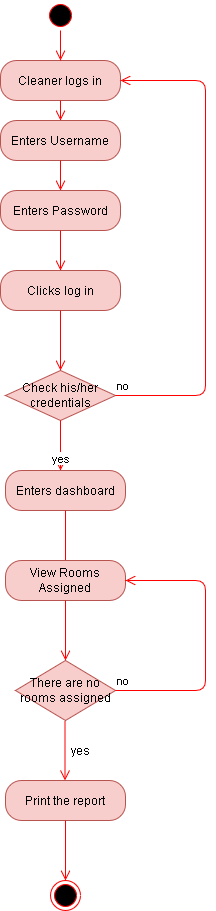
Above: Diagrams/Activity Diagram/cleaner.png in Sonja17/Hotel-Management-System (draw.io), before the change. Source tidied: cells renumbered, new cells last; positions are measured from the earlier drawing's top-left corner, leaving out a move shared by most shapes. Source of this version:
```xml
<mxGraphModel>
  <root>
    <mxCell id="0" />
    <mxCell id="1" parent="0" />
    <mxCell id="2" value="Cleaner logs in" style="rounded=1;whiteSpace=wrap;html=1;arcSize=40;fillColor=#f8cecc;strokeColor=#b85450;" parent="1" vertex="1">
      <mxGeometry y="60" width="120" height="40" as="geometry" />
    </mxCell>
    <mxCell id="3" style="edgeStyle=orthogonalEdgeStyle;html=1;verticalAlign=bottom;endArrow=open;endSize=8;strokeColor=#ff0000;" parent="1" edge="1" source="2">
      <mxGeometry relative="1" as="geometry">
        <mxPoint x="60" y="120" as="targetPoint" />
      </mxGeometry>
    </mxCell>
    <mxCell id="4" style="ellipse;html=1;shape=startState;fillColor=#000000;strokeColor=#ff0000;" parent="1" vertex="1">
      <mxGeometry x="45" width="30" height="30" as="geometry" />
    </mxCell>
    <mxCell id="5" style="edgeStyle=orthogonalEdgeStyle;html=1;verticalAlign=bottom;endArrow=open;endSize=8;strokeColor=#ff0000;" parent="1" edge="1" source="4">
      <mxGeometry relative="1" as="geometry">
        <mxPoint x="60" y="60" as="targetPoint" />
      </mxGeometry>
    </mxCell>
    <mxCell id="6" value="Enters Username" style="rounded=1;whiteSpace=wrap;html=1;arcSize=40;fillColor=#f8cecc;strokeColor=#b85450;" parent="1" vertex="1">
      <mxGeometry y="120" width="120" height="40" as="geometry" />
    </mxCell>
    <mxCell id="7" style="edgeStyle=orthogonalEdgeStyle;html=1;verticalAlign=bottom;endArrow=open;endSize=8;strokeColor=#ff0000;" parent="1" edge="1" source="6">
      <mxGeometry relative="1" as="geometry">
        <mxPoint x="60" y="190" as="targetPoint" />
        <Array as="points">
          <mxPoint x="60" y="190" />
          <mxPoint x="60" y="190" />
        </Array>
      </mxGeometry>
    </mxCell>
    <mxCell id="8" value="Enters Password" style="rounded=1;whiteSpace=wrap;html=1;arcSize=40;fillColor=#f8cecc;strokeColor=#b85450;" parent="1" vertex="1">
      <mxGeometry y="190" width="120" height="40" as="geometry" />
    </mxCell>
    <mxCell id="9" style="edgeStyle=orthogonalEdgeStyle;html=1;verticalAlign=bottom;endArrow=open;endSize=8;strokeColor=#ff0000;" parent="1" edge="1" source="8">
      <mxGeometry relative="1" as="geometry">
        <mxPoint x="60" y="270" as="targetPoint" />
      </mxGeometry>
    </mxCell>
    <mxCell id="10" value="Clicks log in" style="rounded=1;whiteSpace=wrap;html=1;arcSize=40;fillColor=#f8cecc;strokeColor=#b85450;" parent="1" vertex="1">
      <mxGeometry y="270" width="120" height="40" as="geometry" />
    </mxCell>
    <mxCell id="11" style="edgeStyle=orthogonalEdgeStyle;html=1;verticalAlign=bottom;endArrow=open;endSize=8;strokeColor=#ff0000;" parent="1" edge="1" source="10">
      <mxGeometry relative="1" as="geometry">
        <mxPoint x="60" y="370" as="targetPoint" />
      </mxGeometry>
    </mxCell>
    <mxCell id="12" value="Check his/her credentials" style="rhombus;whiteSpace=wrap;html=1;fillColor=#f8cecc;strokeColor=#b85450;" parent="1" vertex="1">
      <mxGeometry x="5" y="370" width="110" height="50" as="geometry" />
    </mxCell>
    <mxCell id="13" value="no" style="edgeStyle=orthogonalEdgeStyle;html=1;align=left;verticalAlign=bottom;endArrow=open;endSize=8;strokeColor=#ff0000;entryX=1;entryY=0.5;entryDx=0;entryDy=0;" parent="1" edge="1" source="12" target="2">
      <mxGeometry x="-1" relative="1" as="geometry">
        <Array as="points">
          <mxPoint x="205" y="395" />
          <mxPoint x="205" y="80" />
        </Array>
      </mxGeometry>
    </mxCell>
    <mxCell id="14" value="yes" style="edgeStyle=orthogonalEdgeStyle;html=1;align=left;verticalAlign=top;endArrow=open;endSize=8;strokeColor=#ff0000;" parent="1" edge="1" source="12">
      <mxGeometry y="-10" relative="1" as="geometry">
        <mxPoint x="60" y="470" as="targetPoint" />
      </mxGeometry>
    </mxCell>
    <mxCell id="15" value="Enters dashboard" style="rounded=1;whiteSpace=wrap;html=1;arcSize=40;fillColor=#f8cecc;strokeColor=#b85450;" parent="1" vertex="1">
      <mxGeometry x="5" y="470" width="120" height="40" as="geometry" />
    </mxCell>
    <mxCell id="16" style="edgeStyle=orthogonalEdgeStyle;html=1;verticalAlign=bottom;endArrow=open;endSize=8;strokeColor=#ff0000;" parent="1" edge="1" source="15">
      <mxGeometry relative="1" as="geometry">
        <mxPoint x="70" y="570" as="targetPoint" />
        <Array as="points">
          <mxPoint x="65" y="570" />
        </Array>
      </mxGeometry>
    </mxCell>
    <mxCell id="17" value="View Rooms Assigned" style="rounded=1;whiteSpace=wrap;html=1;arcSize=40;fillColor=#f8cecc;strokeColor=#b85450;" parent="1" vertex="1">
      <mxGeometry x="5" y="560" width="120" height="40" as="geometry" />
    </mxCell>
    <mxCell id="18" style="edgeStyle=orthogonalEdgeStyle;html=1;verticalAlign=bottom;endArrow=open;endSize=8;strokeColor=#ff0000;" parent="1" edge="1" source="17">
      <mxGeometry relative="1" as="geometry">
        <mxPoint x="65" y="660" as="targetPoint" />
      </mxGeometry>
    </mxCell>
    <mxCell id="19" style="ellipse;html=1;shape=endState;fillColor=#000000;strokeColor=#ff0000;" parent="1" vertex="1">
      <mxGeometry x="50" y="880" width="30" height="30" as="geometry" />
    </mxCell>
    <mxCell id="20" value="There are no rooms assigned" style="rhombus;whiteSpace=wrap;html=1;fillColor=#f8cecc;strokeColor=#b85450;" parent="1" vertex="1">
      <mxGeometry x="15" y="660" width="100" height="60" as="geometry" />
    </mxCell>
    <mxCell id="21" value="no" style="edgeStyle=orthogonalEdgeStyle;html=1;align=left;verticalAlign=bottom;endArrow=open;endSize=8;strokeColor=#ff0000;entryX=1;entryY=0.5;entryDx=0;entryDy=0;" parent="1" edge="1" source="20" target="17">
      <mxGeometry x="-1" relative="1" as="geometry">
        <Array as="points">
          <mxPoint x="205" y="690" />
          <mxPoint x="205" y="580" />
        </Array>
      </mxGeometry>
    </mxCell>
    <mxCell id="22" style="edgeStyle=orthogonalEdgeStyle;html=1;verticalAlign=bottom;endArrow=open;endSize=8;strokeColor=#ff0000;" parent="1" edge="1">
      <mxGeometry relative="1" as="geometry">
        <mxPoint x="64.5" y="720" as="sourcePoint" />
        <mxPoint x="64.5" y="780" as="targetPoint" />
      </mxGeometry>
    </mxCell>
    <mxCell id="23" value="yes" style="text;html=1;align=center;verticalAlign=middle;" parent="1" vertex="1">
      <mxGeometry x="65" y="740" width="30" height="20" as="geometry" />
    </mxCell>
    <mxCell id="24" value="Print the report" style="rounded=1;whiteSpace=wrap;html=1;arcSize=40;fillColor=#f8cecc;strokeColor=#b85450;" parent="1" vertex="1">
      <mxGeometry x="5" y="780" width="120" height="40" as="geometry" />
    </mxCell>
    <mxCell id="25" style="edgeStyle=orthogonalEdgeStyle;html=1;verticalAlign=bottom;endArrow=open;endSize=8;strokeColor=#ff0000;" parent="1" edge="1" source="24">
      <mxGeometry relative="1" as="geometry">
        <mxPoint x="65" y="880" as="targetPoint" />
      </mxGeometry>
    </mxCell>
  </root>
</mxGraphModel>
```
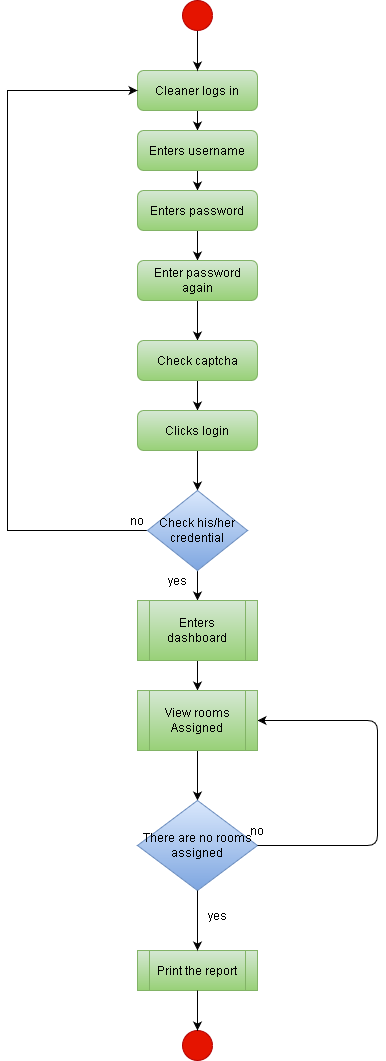
The same file after the commit.

Change to the diagram source:
```diff
@@ -1,116 +1,134 @@
 <mxGraphModel>
   <root>
-    <mxCell id="0" />
-    <mxCell id="1" parent="0" />
+    <mxCell id="26" />
+    <mxCell id="27" parent="26" />
+    <mxCell id="28" style="edgeStyle=orthogonalEdgeStyle;rounded=0;jettySize=auto;html=1;" parent="27" edge="1" source="2">
+      <mxGeometry relative="1" as="geometry">
+        <mxPoint x="105" y="130" as="targetPoint" />
+      </mxGeometry>
+    </mxCell>
-    <mxCell id="2" value="Cleaner logs in" style="rounded=1;whiteSpace=wrap;html=1;arcSize=40;fillColor=#f8cecc;strokeColor=#b85450;" parent="1" vertex="1">
-      <mxGeometry y="60" width="120" height="40" as="geometry" />
+    <mxCell id="2" value="Cleaner logs in" style="rounded=1;whiteSpace=wrap;html=1;fontSize=12;glass=0;strokeWidth=1;shadow=0;fillColor=#d5e8d4;strokeColor=#82b366;gradientColor=#97d077;" parent="27" vertex="1">
+      <mxGeometry x="45" y="70" width="120" height="40" as="geometry" />
     </mxCell>
-    <mxCell id="3" style="edgeStyle=orthogonalEdgeStyle;html=1;verticalAlign=bottom;endArrow=open;endSize=8;strokeColor=#ff0000;" parent="1" edge="1" source="2">
-      <mxGeometry relative="1" as="geometry">
-        <mxPoint x="60" y="120" as="targetPoint" />
-      </mxGeometry>
-    </mxCell>
-    <mxCell id="4" style="ellipse;html=1;shape=startState;fillColor=#000000;strokeColor=#ff0000;" parent="1" vertex="1">
-      <mxGeometry x="45" width="30" height="30" as="geometry" />
-    </mxCell>
-    <mxCell id="5" style="edgeStyle=orthogonalEdgeStyle;html=1;verticalAlign=bottom;endArrow=open;endSize=8;strokeColor=#ff0000;" parent="1" edge="1" source="4">
-      <mxGeometry relative="1" as="geometry">
-        <mxPoint x="60" y="60" as="targetPoint" />
-      </mxGeometry>
-    </mxCell>
-    <mxCell id="6" value="Enters Username" style="rounded=1;whiteSpace=wrap;html=1;arcSize=40;fillColor=#f8cecc;strokeColor=#b85450;" parent="1" vertex="1">
-      <mxGeometry y="120" width="120" height="40" as="geometry" />
-    </mxCell>
-    <mxCell id="7" style="edgeStyle=orthogonalEdgeStyle;html=1;verticalAlign=bottom;endArrow=open;endSize=8;strokeColor=#ff0000;" parent="1" edge="1" source="6">
-      <mxGeometry relative="1" as="geometry">
-        <mxPoint x="60" y="190" as="targetPoint" />
-        <Array as="points">
-          <mxPoint x="60" y="190" />
-          <mxPoint x="60" y="190" />
-        </Array>
-      </mxGeometry>
-    </mxCell>
-    <mxCell id="8" value="Enters Password" style="rounded=1;whiteSpace=wrap;html=1;arcSize=40;fillColor=#f8cecc;strokeColor=#b85450;" parent="1" vertex="1">
-      <mxGeometry y="190" width="120" height="40" as="geometry" />
-    </mxCell>
-    <mxCell id="9" style="edgeStyle=orthogonalEdgeStyle;html=1;verticalAlign=bottom;endArrow=open;endSize=8;strokeColor=#ff0000;" parent="1" edge="1" source="8">
-      <mxGeometry relative="1" as="geometry">
-        <mxPoint x="60" y="270" as="targetPoint" />
-      </mxGeometry>
-    </mxCell>
-    <mxCell id="10" value="Clicks log in" style="rounded=1;whiteSpace=wrap;html=1;arcSize=40;fillColor=#f8cecc;strokeColor=#b85450;" parent="1" vertex="1">
-      <mxGeometry y="270" width="120" height="40" as="geometry" />
-    </mxCell>
-    <mxCell id="11" style="edgeStyle=orthogonalEdgeStyle;html=1;verticalAlign=bottom;endArrow=open;endSize=8;strokeColor=#ff0000;" parent="1" edge="1" source="10">
-      <mxGeometry relative="1" as="geometry">
-        <mxPoint x="60" y="370" as="targetPoint" />
-      </mxGeometry>
-    </mxCell>
-    <mxCell id="12" value="Check his/her credentials" style="rhombus;whiteSpace=wrap;html=1;fillColor=#f8cecc;strokeColor=#b85450;" parent="1" vertex="1">
-      <mxGeometry x="5" y="370" width="110" height="50" as="geometry" />
-    </mxCell>
-    <mxCell id="13" value="no" style="edgeStyle=orthogonalEdgeStyle;html=1;align=left;verticalAlign=bottom;endArrow=open;endSize=8;strokeColor=#ff0000;entryX=1;entryY=0.5;entryDx=0;entryDy=0;" parent="1" edge="1" source="12" target="2">
-      <mxGeometry x="-1" relative="1" as="geometry">
-        <Array as="points">
-          <mxPoint x="205" y="395" />
-          <mxPoint x="205" y="80" />
-        </Array>
-      </mxGeometry>
-    </mxCell>
-    <mxCell id="14" value="yes" style="edgeStyle=orthogonalEdgeStyle;html=1;align=left;verticalAlign=top;endArrow=open;endSize=8;strokeColor=#ff0000;" parent="1" edge="1" source="12">
-      <mxGeometry y="-10" relative="1" as="geometry">
-        <mxPoint x="60" y="470" as="targetPoint" />
-      </mxGeometry>
-    </mxCell>
+    <mxCell id="29" style="edgeStyle=orthogonalEdgeStyle;rounded=0;jettySize=auto;html=1;" parent="27" edge="1" source="30">
+      <mxGeometry relative="1" as="geometry">
+        <mxPoint x="105" y="190" as="targetPoint" />
+      </mxGeometry>
+    </mxCell>
+    <mxCell id="30" value="Enters username" style="rounded=1;whiteSpace=wrap;html=1;fontSize=12;glass=0;strokeWidth=1;shadow=0;fillColor=#d5e8d4;strokeColor=#82b366;gradientColor=#97d077;" parent="27" vertex="1">
+      <mxGeometry x="45" y="130" width="120" height="40" as="geometry" />
+    </mxCell>
+    <mxCell id="31" style="edgeStyle=orthogonalEdgeStyle;rounded=0;jettySize=auto;html=1;" parent="27" edge="1" source="32">
+      <mxGeometry relative="1" as="geometry">
+        <mxPoint x="105" y="260" as="targetPoint" />
+      </mxGeometry>
+    </mxCell>
+    <mxCell id="32" value="Enters password" style="rounded=1;whiteSpace=wrap;html=1;fontSize=12;glass=0;strokeWidth=1;shadow=0;fillColor=#d5e8d4;strokeColor=#82b366;gradientColor=#97d077;" parent="27" vertex="1">
+      <mxGeometry x="45" y="190" width="120" height="40" as="geometry" />
+    </mxCell>
+    <mxCell id="33" style="edgeStyle=orthogonalEdgeStyle;rounded=0;jettySize=auto;html=1;" parent="27" edge="1" source="34">
+      <mxGeometry relative="1" as="geometry">
+        <mxPoint x="105" y="340" as="targetPoint" />
+        <Array as="points">
+          <mxPoint x="105" y="320" />
+          <mxPoint x="105" y="320" />
+        </Array>
+      </mxGeometry>
+    </mxCell>
+    <mxCell id="34" value="Enter password again" style="rounded=1;whiteSpace=wrap;html=1;fontSize=12;glass=0;strokeWidth=1;shadow=0;fillColor=#d5e8d4;strokeColor=#82b366;gradientColor=#97d077;" parent="27" vertex="1">
+      <mxGeometry x="45" y="260" width="120" height="40" as="geometry" />
+    </mxCell>
+    <mxCell id="35" style="edgeStyle=orthogonalEdgeStyle;rounded=0;orthogonalLoop=1;jettySize=auto;html=1;" parent="27" edge="1">
+      <mxGeometry relative="1" as="geometry">
+        <mxPoint x="105" y="380" as="sourcePoint" />
+        <mxPoint x="105" y="410" as="targetPoint" />
+      </mxGeometry>
+    </mxCell>
+    <mxCell id="36" style="edgeStyle=orthogonalEdgeStyle;rounded=0;jettySize=auto;html=1;" parent="27" edge="1" source="37">
+      <mxGeometry relative="1" as="geometry">
+        <mxPoint x="105" y="490" as="targetPoint" />
+      </mxGeometry>
+    </mxCell>
+    <mxCell id="37" value="Clicks login" style="rounded=1;whiteSpace=wrap;html=1;fontSize=12;glass=0;strokeWidth=1;shadow=0;fillColor=#d5e8d4;strokeColor=#82b366;gradientColor=#97d077;" parent="27" vertex="1">
+      <mxGeometry x="45" y="410" width="120" height="40" as="geometry" />
+    </mxCell>
+    <mxCell id="38" style="edgeStyle=orthogonalEdgeStyle;rounded=0;jettySize=auto;html=1;" parent="27" edge="1" source="40">
+      <mxGeometry relative="1" as="geometry">
+        <mxPoint x="105" y="600" as="targetPoint" />
+      </mxGeometry>
+    </mxCell>
+    <mxCell id="39" style="edgeStyle=orthogonalEdgeStyle;rounded=0;jettySize=auto;html=1;entryX=0;entryY=0.5;entryDx=0;entryDy=0;" parent="27" edge="1" source="40" target="2">
+      <mxGeometry relative="1" as="geometry">
+        <Array as="points">
+          <mxPoint x="-85" y="530" />
+          <mxPoint x="-85" y="90" />
+        </Array>
+      </mxGeometry>
+    </mxCell>
+    <mxCell id="40" value="Check his/her credential" style="rhombus;whiteSpace=wrap;html=1;fillColor=#dae8fc;strokeColor=#6c8ebf;gradientColor=#7ea6e0;" parent="27" vertex="1">
+      <mxGeometry x="55" y="490" width="100" height="80" as="geometry" />
+    </mxCell>
+    <mxCell id="41" style="edgeStyle=orthogonalEdgeStyle;rounded=0;jettySize=auto;html=1;" parent="27" edge="1" source="15">
+      <mxGeometry relative="1" as="geometry">
+        <mxPoint x="105" y="690" as="targetPoint" />
+      </mxGeometry>
+    </mxCell>
-    <mxCell id="15" value="Enters dashboard" style="rounded=1;whiteSpace=wrap;html=1;arcSize=40;fillColor=#f8cecc;strokeColor=#b85450;" parent="1" vertex="1">
-      <mxGeometry x="5" y="470" width="120" height="40" as="geometry" />
+    <mxCell id="15" value="Enters dashboard" style="shape=process;whiteSpace=wrap;html=1;backgroundOutline=1;fillColor=#d5e8d4;strokeColor=#82b366;gradientColor=#97d077;" parent="27" vertex="1">
+      <mxGeometry x="45" y="600" width="120" height="60" as="geometry" />
     </mxCell>
-    <mxCell id="16" style="edgeStyle=orthogonalEdgeStyle;html=1;verticalAlign=bottom;endArrow=open;endSize=8;strokeColor=#ff0000;" parent="1" edge="1" source="15">
-      <mxGeometry relative="1" as="geometry">
-        <mxPoint x="70" y="570" as="targetPoint" />
-        <Array as="points">
-          <mxPoint x="65" y="570" />
-        </Array>
-      </mxGeometry>
-    </mxCell>
-    <mxCell id="17" value="View Rooms Assigned" style="rounded=1;whiteSpace=wrap;html=1;arcSize=40;fillColor=#f8cecc;strokeColor=#b85450;" parent="1" vertex="1">
-      <mxGeometry x="5" y="560" width="120" height="40" as="geometry" />
-    </mxCell>
-    <mxCell id="18" style="edgeStyle=orthogonalEdgeStyle;html=1;verticalAlign=bottom;endArrow=open;endSize=8;strokeColor=#ff0000;" parent="1" edge="1" source="17">
-      <mxGeometry relative="1" as="geometry">
-        <mxPoint x="65" y="660" as="targetPoint" />
-      </mxGeometry>
-    </mxCell>
-    <mxCell id="19" style="ellipse;html=1;shape=endState;fillColor=#000000;strokeColor=#ff0000;" parent="1" vertex="1">
-      <mxGeometry x="50" y="880" width="30" height="30" as="geometry" />
-    </mxCell>
+    <mxCell id="42" style="edgeStyle=orthogonalEdgeStyle;rounded=0;jettySize=auto;html=1;exitX=0.5;exitY=1;exitDx=0;exitDy=0;" parent="27" edge="1" source="45">
+      <mxGeometry relative="1" as="geometry">
+        <mxPoint x="105" y="800" as="targetPoint" />
+      </mxGeometry>
+    </mxCell>
-    <mxCell id="20" value="There are no rooms assigned" style="rhombus;whiteSpace=wrap;html=1;fillColor=#f8cecc;strokeColor=#b85450;" parent="1" vertex="1">
-      <mxGeometry x="15" y="660" width="100" height="60" as="geometry" />
+    <mxCell id="20" value="There are no rooms assigned" style="rhombus;whiteSpace=wrap;html=1;fillColor=#dae8fc;strokeColor=#6c8ebf;gradientColor=#7ea6e0;" parent="27" vertex="1">
+      <mxGeometry x="45" y="800" width="120" height="90" as="geometry" />
     </mxCell>
-    <mxCell id="21" value="no" style="edgeStyle=orthogonalEdgeStyle;html=1;align=left;verticalAlign=bottom;endArrow=open;endSize=8;strokeColor=#ff0000;entryX=1;entryY=0.5;entryDx=0;entryDy=0;" parent="1" edge="1" source="20" target="17">
-      <mxGeometry x="-1" relative="1" as="geometry">
-        <Array as="points">
-          <mxPoint x="205" y="690" />
-          <mxPoint x="205" y="580" />
-        </Array>
-      </mxGeometry>
-    </mxCell>
-    <mxCell id="22" style="edgeStyle=orthogonalEdgeStyle;html=1;verticalAlign=bottom;endArrow=open;endSize=8;strokeColor=#ff0000;" parent="1" edge="1">
-      <mxGeometry relative="1" as="geometry">
-        <mxPoint x="64.5" y="720" as="sourcePoint" />
-        <mxPoint x="64.5" y="780" as="targetPoint" />
-      </mxGeometry>
-    </mxCell>
-    <mxCell id="23" value="yes" style="text;html=1;align=center;verticalAlign=middle;" parent="1" vertex="1">
-      <mxGeometry x="65" y="740" width="30" height="20" as="geometry" />
-    </mxCell>
+    <mxCell id="43" value="Check captcha" style="rounded=1;whiteSpace=wrap;html=1;fontSize=12;glass=0;strokeWidth=1;shadow=0;fillColor=#d5e8d4;strokeColor=#82b366;gradientColor=#97d077;" parent="27" vertex="1">
+      <mxGeometry x="45" y="340" width="120" height="40" as="geometry" />
+    </mxCell>
+    <mxCell id="44" style="endArrow=classic;html=1;entryX=1;entryY=0.5;entryDx=0;entryDy=0;exitX=1;exitY=0.5;exitDx=0;exitDy=0;" parent="27" edge="1" source="20" target="45">
+      <mxGeometry relative="1" as="geometry">
+        <Array as="points">
+          <mxPoint x="285" y="845" />
+          <mxPoint x="285" y="720" />
+        </Array>
+      </mxGeometry>
+    </mxCell>
+    <mxCell id="45" value="View rooms Assigned" style="shape=process;whiteSpace=wrap;html=1;backgroundOutline=1;fillColor=#d5e8d4;strokeColor=#82b366;gradientColor=#97d077;" parent="27" vertex="1">
+      <mxGeometry x="45" y="690" width="120" height="60" as="geometry" />
+    </mxCell>
-    <mxCell id="24" value="Print the report" style="rounded=1;whiteSpace=wrap;html=1;arcSize=40;fillColor=#f8cecc;strokeColor=#b85450;" parent="1" vertex="1">
-      <mxGeometry x="5" y="780" width="120" height="40" as="geometry" />
+    <mxCell id="24" value="Print the report" style="shape=process;whiteSpace=wrap;html=1;backgroundOutline=1;fillColor=#d5e8d4;strokeColor=#82b366;gradientColor=#97d077;" parent="27" vertex="1">
+      <mxGeometry x="45" y="950" width="120" height="40" as="geometry" />
     </mxCell>
-    <mxCell id="25" style="edgeStyle=orthogonalEdgeStyle;html=1;verticalAlign=bottom;endArrow=open;endSize=8;strokeColor=#ff0000;" parent="1" edge="1" source="24">
-      <mxGeometry relative="1" as="geometry">
-        <mxPoint x="65" y="880" as="targetPoint" />
-      </mxGeometry>
-    </mxCell>
+    <mxCell id="46" value="yes" style="text;html=1;strokeColor=none;fillColor=none;align=center;verticalAlign=middle;whiteSpace=wrap;rounded=0;" parent="27" vertex="1">
+      <mxGeometry x="105" y="905" width="40" height="20" as="geometry" />
+    </mxCell>
+    <mxCell id="47" value="no" style="text;html=1;strokeColor=none;fillColor=none;align=center;verticalAlign=middle;whiteSpace=wrap;rounded=0;" parent="27" vertex="1">
+      <mxGeometry x="145" y="820" width="40" height="20" as="geometry" />
+    </mxCell>
+    <mxCell id="48" value="yes" style="text;html=1;strokeColor=none;fillColor=none;align=center;verticalAlign=middle;whiteSpace=wrap;rounded=0;" parent="27" vertex="1">
+      <mxGeometry x="65" y="570" width="40" height="20" as="geometry" />
+    </mxCell>
+    <mxCell id="49" value="no" style="text;html=1;strokeColor=none;fillColor=none;align=center;verticalAlign=middle;whiteSpace=wrap;rounded=0;" parent="27" vertex="1">
+      <mxGeometry x="25" y="510" width="40" height="20" as="geometry" />
+    </mxCell>
+    <mxCell id="50" style="ellipse;whiteSpace=wrap;html=1;fillColor=#e51400;strokeColor=#B20000;fontColor=#ffffff;" parent="27" vertex="1">
+      <mxGeometry x="90" y="1030" width="30" height="30" as="geometry" />
+    </mxCell>
+    <mxCell id="51" style="edgeStyle=orthogonalEdgeStyle;rounded=0;jettySize=auto;html=1;" parent="27" edge="1" source="52" target="2">
+      <mxGeometry relative="1" as="geometry" />
+    </mxCell>
+    <mxCell id="52" style="ellipse;whiteSpace=wrap;html=1;fillColor=#e51400;strokeColor=#B20000;fontColor=#ffffff;" parent="27" vertex="1">
+      <mxGeometry x="90" width="30" height="30" as="geometry" />
+    </mxCell>
+    <mxCell id="53" style="endArrow=classic;html=1;exitX=0.5;exitY=1;exitDx=0;exitDy=0;" parent="27" edge="1" source="20">
+      <mxGeometry relative="1" as="geometry">
+        <mxPoint x="105" y="950" as="targetPoint" />
+      </mxGeometry>
+    </mxCell>
+    <mxCell id="54" style="endArrow=classic;html=1;exitX=0.5;exitY=1;exitDx=0;exitDy=0;entryX=0.5;entryY=0;entryDx=0;entryDy=0;" parent="27" edge="1" source="24" target="50">
+      <mxGeometry relative="1" as="geometry" />
+    </mxCell>
   </root>
 </mxGraphModel>
```
